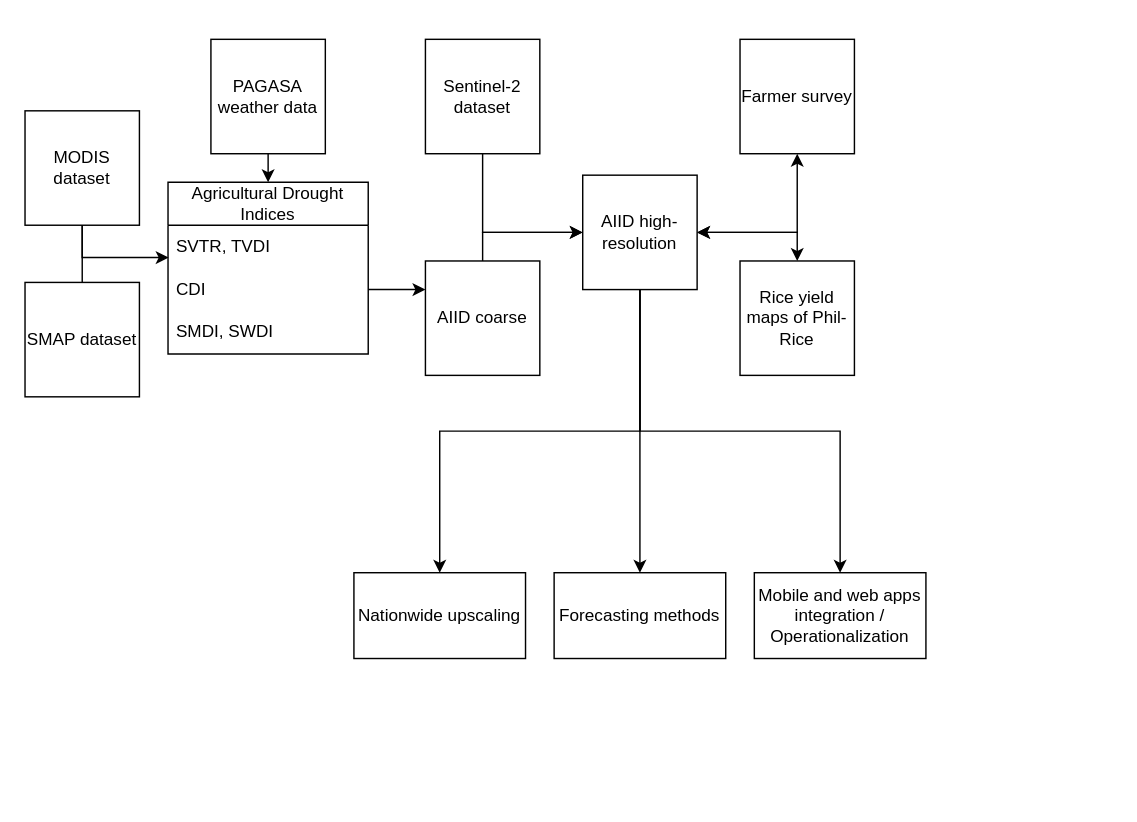
arnanaraza/diagrams keeps this draw.io diagram as sfrt.drawio. Above is the earlier version. Source tidied: cells renumbered, new cells numbered last; positions are measured from the earlier drawing's top-left corner, leaving out a move shared by most shapes. Both pictures are drawn from the tidied source at 143%, with x=0, y=0 at pixel (24, 39).
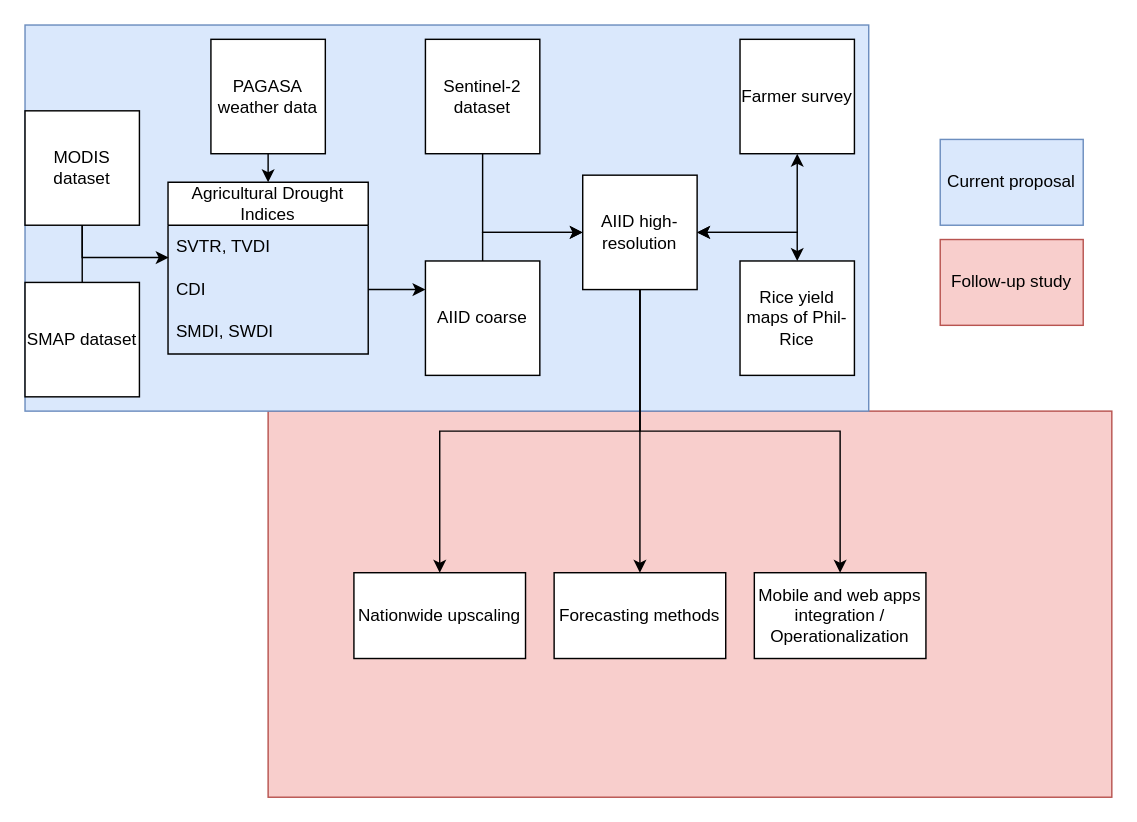
After the change.

Diff of the diagram source:
```diff
@@
+    <mxCell id="28" style="rounded=0;whiteSpace=wrap;html=1;fillColor=#f8cecc;strokeColor=#b85450;" parent="1" vertex="1">
+      <mxGeometry x="170" y="260" width="590" height="270" as="geometry" />
+    </mxCell>
+    <mxCell id="29" style="rounded=0;whiteSpace=wrap;html=1;fillColor=#dae8fc;strokeColor=#6c8ebf;" parent="1" vertex="1">
+      <mxGeometry y="-10" width="590" height="270" as="geometry" />
+    </mxCell>
@@
+    <mxCell id="30" value="Follow-up study" style="rounded=0;whiteSpace=wrap;html=1;fillColor=#f8cecc;strokeColor=#b85450;" parent="1" vertex="1">
+      <mxGeometry x="640" y="140" width="100" height="60" as="geometry" />
+    </mxCell>
+    <mxCell id="31" value="Current proposal" style="rounded=0;whiteSpace=wrap;html=1;fillColor=#dae8fc;strokeColor=#6c8ebf;" parent="1" vertex="1">
+      <mxGeometry x="640" y="70" width="100" height="60" as="geometry" />
+    </mxCell>
```
